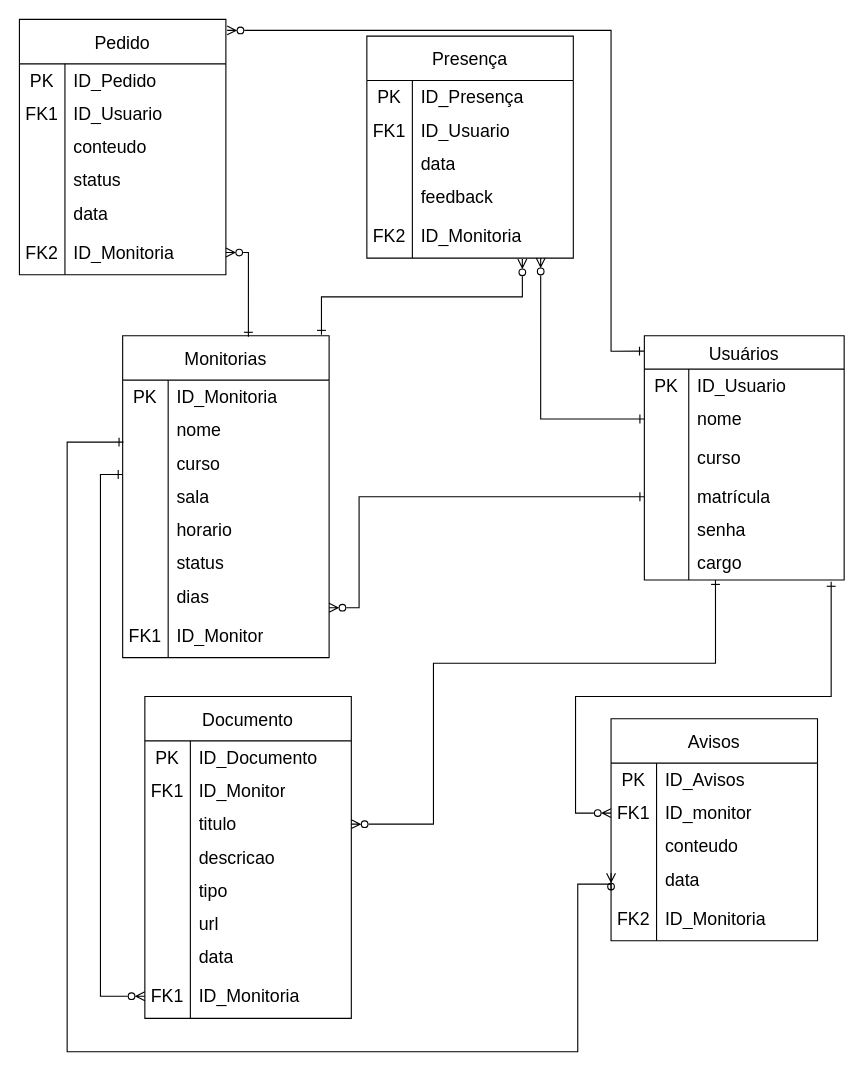
Earlier version of the draw.io diagram Monitorrei.drawio (Arthurbart/MoniTorrei). Source tidied: cells renumbered, new cells numbered last; positions are measured from the earlier drawing's top-left corner, leaving out a move shared by most shapes. Both pictures are drawn from the tidied source at 111%, with x=0, y=0 at pixel (19, 19).
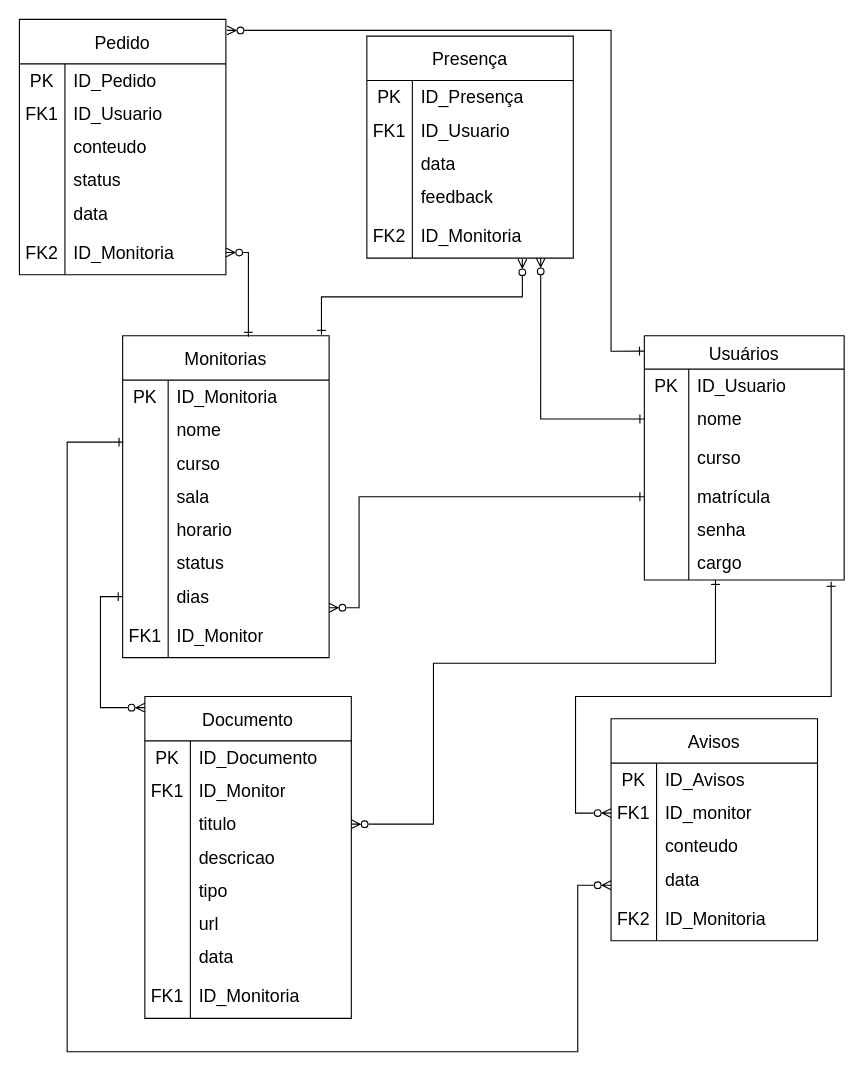
The same page after the edit.

Unchanged cells that the change refers to:
```xml
<mxCell id="25" style="shape=tableRow;horizontal=0;startSize=0;swimlaneHead=0;swimlaneBody=0;top=0;left=0;bottom=0;right=0;fillColor=none;points=[[0,0.5],[1,0.5]];portConstraint=eastwest;strokeColor=inherit;fontSize=16;" parent="21" vertex="1">
  <mxGeometry y="70" width="186" height="30" as="geometry" />
</mxCell>
<mxCell id="40" style="shape=tableRow;horizontal=0;startSize=0;swimlaneHead=0;swimlaneBody=0;top=0;left=0;bottom=0;right=0;fillColor=none;points=[[0,0.5],[1,0.5]];portConstraint=eastwest;strokeColor=inherit;fontSize=16;" parent="21" vertex="1">
  <mxGeometry y="220" width="186" height="30" as="geometry" />
</mxCell>
<mxCell id="46" value="Documento" style="shape=table;startSize=40;childLayout=tableLayout;rowLines=0;fontStyle=0;strokeColor=default;fontSize=16;" parent="1" vertex="1">
  <mxGeometry x="113" y="610" width="186" height="290" as="geometry" />
</mxCell>
<mxCell id="68" style="shape=tableRow;horizontal=0;startSize=0;swimlaneHead=0;swimlaneBody=0;top=0;left=0;bottom=0;right=0;fillColor=none;points=[[0,0.5],[1,0.5]];portConstraint=eastwest;strokeColor=inherit;fontSize=16;" parent="46" vertex="1">
  <mxGeometry y="250" width="186" height="40" as="geometry" />
</mxCell>
<mxCell id="97" style="shape=tableRow;horizontal=0;startSize=0;swimlaneHead=0;swimlaneBody=0;top=0;left=0;bottom=0;right=0;fillColor=none;points=[[0,0.5],[1,0.5]];portConstraint=eastwest;strokeColor=inherit;fontSize=16;" parent="87" vertex="1">
  <mxGeometry y="130" width="186" height="30" as="geometry" />
</mxCell>
```

What changed in the source:
```diff
@@
-    <mxCell id="124" style="edgeStyle=orthogonalEdgeStyle;rounded=0;jettySize=auto;html=1;startArrow=ERone;startFill=0;endArrow=ERzeroToMany;endFill=0;entryX=0;entryY=0.306;entryDx=0;entryDy=0;entryPerimeter=0;exitX=0.004;exitY=0.861;exitDx=0;exitDy=0;exitPerimeter=0;" parent="1" edge="1" source="25" target="97">
+    <mxCell id="124" style="edgeStyle=orthogonalEdgeStyle;rounded=0;jettySize=auto;html=1;startArrow=ERone;startFill=0;endArrow=ERzeroToMany;endFill=0;exitX=0.004;exitY=0.861;exitDx=0;exitDy=0;exitPerimeter=0;" parent="1" edge="1" source="25">
       <mxGeometry relative="1" as="geometry">
+        <mxPoint x="533" y="780" as="targetPoint" />
         <Array as="points">
           <mxPoint x="43" y="381" />
           <mxPoint x="43" y="930" />
           <mxPoint x="503" y="930" />
-          <mxPoint x="503" y="779" />
+          <mxPoint x="503" y="780" />
+          <mxPoint x="533" y="780" />
         </Array>
       </mxGeometry>
     </mxCell>
-    <mxCell id="125" style="edgeStyle=orthogonalEdgeStyle;rounded=0;jettySize=auto;html=1;entryX=0;entryY=0.5;entryDx=0;entryDy=0;endArrow=ERzeroToMany;endFill=0;startArrow=ERone;startFill=0;" parent="1" edge="1" target="68">
+    <mxCell id="125" style="edgeStyle=orthogonalEdgeStyle;rounded=0;jettySize=auto;html=1;endArrow=ERzeroToMany;endFill=0;startArrow=ERone;startFill=0;exitX=0;exitY=0.5;exitDx=0;exitDy=0;" parent="1" edge="1" source="40" target="46">
       <mxGeometry relative="1" as="geometry">
-        <mxPoint x="93" y="410" as="sourcePoint" />
         <Array as="points">
-          <mxPoint x="93" y="410" />
-          <mxPoint x="73" y="410" />
-          <mxPoint x="73" y="880" />
+          <mxPoint x="73" y="520" />
+          <mxPoint x="73" y="620" />
         </Array>
       </mxGeometry>
     </mxCell>
```
